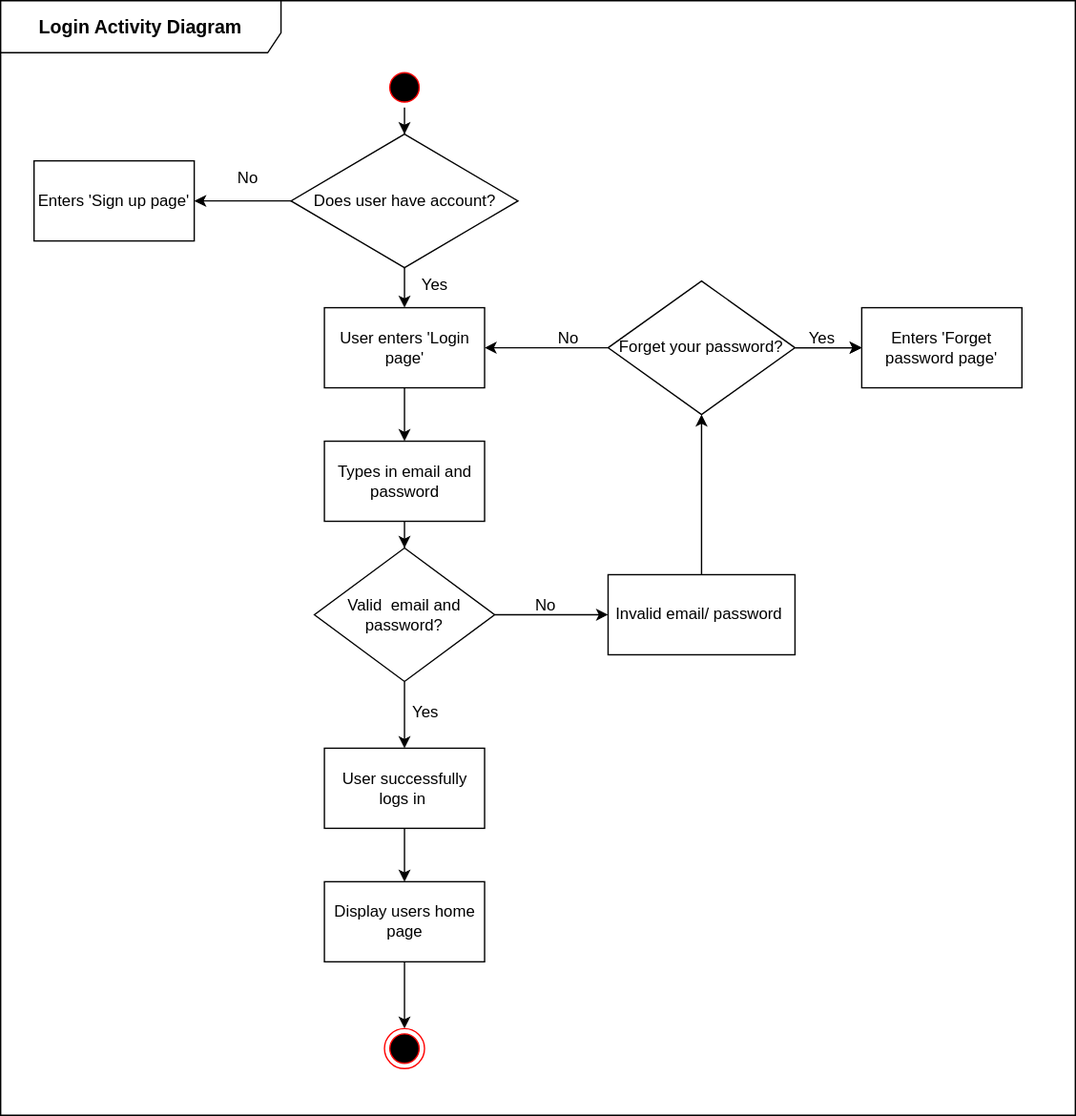
The draw.io diagram docs/assets/images/diagrams/Login_activity.drawio.svg in LeoLin930104/PBL3, before a commit. Source tidied: cells renumbered, new cells last; positions are measured from the earlier drawing's top-left corner, leaving out a move shared by most shapes.
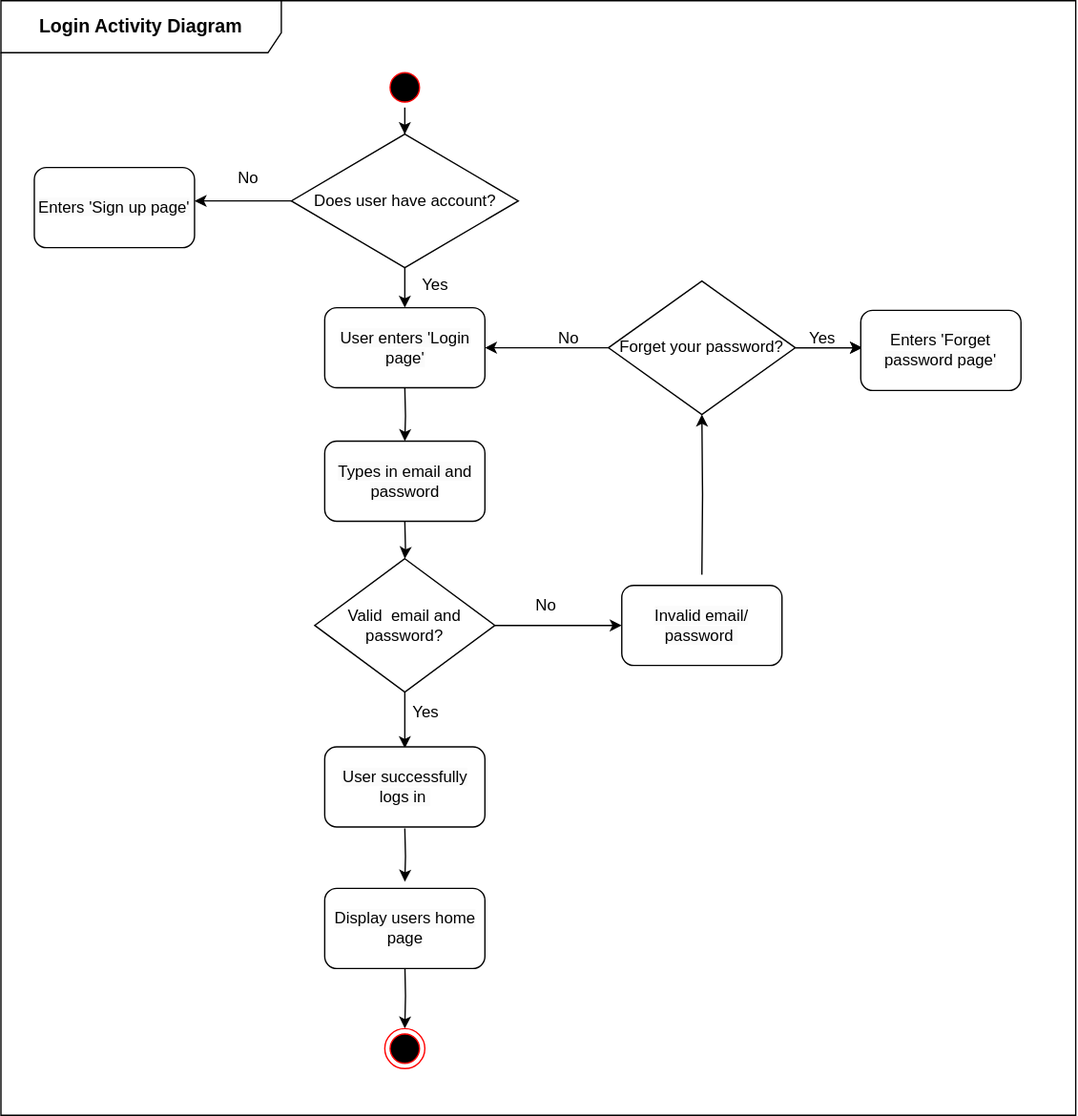
After the commit.

Change to the diagram source:
```diff
@@ -2,62 +2,67 @@
   <root>
     <mxCell id="0" />
     <mxCell id="1" parent="0" />
-    <mxCell id="2" style="edgeStyle=orthogonalEdgeStyle;rounded=0;jettySize=auto;html=1;entryX=0.5;entryY=0;entryDx=0;entryDy=0;" parent="1" edge="1" source="3" target="17">
-      <mxGeometry relative="1" as="geometry" />
+    <mxCell id="2" style="edgeStyle=orthogonalEdgeStyle;rounded=0;orthogonalLoop=1;jettySize=auto;html=1;entryX=0.5;entryY=0;entryDx=0;entryDy=0;" parent="1" edge="1">
+      <mxGeometry relative="1" as="geometry">
+        <mxPoint x="302.5" y="290" as="sourcePoint" />
+        <mxPoint x="302.5" y="330" as="targetPoint" />
+      </mxGeometry>
     </mxCell>
-    <mxCell id="3" value="User enters 'Login page'" style="rounded=0;whiteSpace=wrap;html=1;" parent="1" vertex="1">
-      <mxGeometry x="242.5" y="230" width="120" height="60" as="geometry" />
-    </mxCell>
-    <mxCell id="4" style="edgeStyle=orthogonalEdgeStyle;rounded=0;jettySize=auto;html=1;" parent="1" edge="1" source="6" target="8">
+    <mxCell id="4" style="edgeStyle=orthogonalEdgeStyle;rounded=0;jettySize=auto;html=1;entryX=0;entryY=0.5;entryDx=0;entryDy=0;" parent="1" edge="1" source="6" target="8">
       <mxGeometry relative="1" as="geometry" />
     </mxCell>
-    <mxCell id="5" style="edgeStyle=orthogonalEdgeStyle;rounded=0;jettySize=auto;html=1;" parent="1" edge="1" source="6" target="11">
-      <mxGeometry relative="1" as="geometry" />
+    <mxCell id="5" style="edgeStyle=orthogonalEdgeStyle;rounded=0;jettySize=auto;html=1;" parent="1" edge="1" source="6">
+      <mxGeometry relative="1" as="geometry">
+        <mxPoint x="302.5" y="560" as="targetPoint" />
+      </mxGeometry>
     </mxCell>
     <mxCell id="6" value="&lt;div style=&quot;&quot;&gt;&lt;span style=&quot;background-color: initial;&quot;&gt;Valid&amp;nbsp; email and password?&lt;/span&gt;&lt;/div&gt;" style="rhombus;whiteSpace=wrap;html=1;rounded=0;align=center;" parent="1" vertex="1">
-      <mxGeometry x="235" y="410" width="135" height="100" as="geometry" />
+      <mxGeometry x="235" y="418" width="135" height="100" as="geometry" />
     </mxCell>
-    <mxCell id="7" style="edgeStyle=orthogonalEdgeStyle;rounded=0;jettySize=auto;html=1;" parent="1" edge="1" source="8" target="21">
-      <mxGeometry relative="1" as="geometry" />
+    <mxCell id="7" style="edgeStyle=orthogonalEdgeStyle;rounded=0;jettySize=auto;html=1;" parent="1" edge="1" target="21">
+      <mxGeometry relative="1" as="geometry">
+        <mxPoint x="525" y="430" as="sourcePoint" />
+      </mxGeometry>
     </mxCell>
-    <mxCell id="8" value="Invalid email/ password&amp;nbsp;" style="whiteSpace=wrap;html=1;rounded=0;" parent="1" vertex="1">
-      <mxGeometry x="455" y="430" width="140" height="60" as="geometry" />
-    </mxCell>
     <mxCell id="9" value="No" style="text;html=1;align=center;verticalAlign=middle;strokeColor=none;fillColor=none;" parent="1" vertex="1">
       <mxGeometry x="387.5" y="438" width="40" height="30" as="geometry" />
     </mxCell>
-    <mxCell id="10" style="edgeStyle=orthogonalEdgeStyle;rounded=0;jettySize=auto;html=1;" parent="1" edge="1" source="11" target="13">
-      <mxGeometry relative="1" as="geometry" />
+    <mxCell id="10" style="edgeStyle=orthogonalEdgeStyle;rounded=0;orthogonalLoop=1;jettySize=auto;html=1;" parent="1" edge="1">
+      <mxGeometry relative="1" as="geometry">
+        <mxPoint x="302.5" y="620" as="sourcePoint" />
+        <mxPoint x="302.5" y="660" as="targetPoint" />
+      </mxGeometry>
     </mxCell>
-    <mxCell id="11" value="User successfully logs in&amp;nbsp;" style="whiteSpace=wrap;html=1;rounded=0;" parent="1" vertex="1">
-      <mxGeometry x="242.5" y="560" width="120" height="60" as="geometry" />
-    </mxCell>
-    <mxCell id="12" style="edgeStyle=orthogonalEdgeStyle;rounded=0;jettySize=auto;html=1;" parent="1" edge="1" source="13" target="15">
-      <mxGeometry relative="1" as="geometry" />
+    <mxCell id="12" style="edgeStyle=orthogonalEdgeStyle;rounded=0;jettySize=auto;html=1;" parent="1" edge="1" target="15">
+      <mxGeometry relative="1" as="geometry">
+        <mxPoint x="302.5" y="720" as="sourcePoint" />
+      </mxGeometry>
     </mxCell>
-    <mxCell id="13" value="Display users home page" style="whiteSpace=wrap;html=1;rounded=0;" parent="1" vertex="1">
-      <mxGeometry x="242.5" y="660" width="120" height="60" as="geometry" />
-    </mxCell>
     <mxCell id="14" value="Yes" style="text;html=1;align=center;verticalAlign=middle;strokeColor=none;fillColor=none;" parent="1" vertex="1">
       <mxGeometry x="297.5" y="518" width="40" height="30" as="geometry" />
     </mxCell>
     <mxCell id="15" style="ellipse;html=1;shape=endState;fillColor=#000000;strokeColor=#ff0000;" parent="1" vertex="1">
       <mxGeometry x="287.5" y="770" width="30" height="30" as="geometry" />
     </mxCell>
-    <mxCell id="16" style="edgeStyle=orthogonalEdgeStyle;rounded=0;jettySize=auto;html=1;" parent="1" edge="1" source="17" target="6">
-      <mxGeometry relative="1" as="geometry" />
+    <mxCell id="16" style="edgeStyle=orthogonalEdgeStyle;rounded=0;jettySize=auto;html=1;" parent="1" edge="1" target="6">
+      <mxGeometry relative="1" as="geometry">
+        <mxPoint x="302.5" y="390" as="sourcePoint" />
+      </mxGeometry>
     </mxCell>
-    <mxCell id="17" value="Types in email and password" style="rounded=0;whiteSpace=wrap;html=1;" parent="1" vertex="1">
-      <mxGeometry x="242.5" y="330" width="120" height="60" as="geometry" />
-    </mxCell>
-    <mxCell id="18" style="edgeStyle=orthogonalEdgeStyle;rounded=0;jettySize=auto;html=1;entryX=1;entryY=0.5;entryDx=0;entryDy=0;" parent="1" edge="1" source="21" target="3">
-      <mxGeometry relative="1" as="geometry" />
+    <mxCell id="18" style="edgeStyle=orthogonalEdgeStyle;rounded=0;jettySize=auto;html=1;entryX=1;entryY=0.5;entryDx=0;entryDy=0;" parent="1" edge="1" source="21">
+      <mxGeometry relative="1" as="geometry">
+        <mxPoint x="362.5" y="260" as="targetPoint" />
+      </mxGeometry>
     </mxCell>
-    <mxCell id="19" style="edgeStyle=orthogonalEdgeStyle;rounded=0;jettySize=auto;html=1;" parent="1" edge="1" source="21" target="23">
-      <mxGeometry relative="1" as="geometry" />
+    <mxCell id="19" style="edgeStyle=orthogonalEdgeStyle;rounded=0;jettySize=auto;html=1;" parent="1" edge="1" source="21">
+      <mxGeometry relative="1" as="geometry">
+        <mxPoint x="645" y="260" as="targetPoint" />
+      </mxGeometry>
     </mxCell>
-    <mxCell id="20" style="edgeStyle=orthogonalEdgeStyle;rounded=0;jettySize=auto;html=1;" parent="1" edge="1" source="21" target="23">
-      <mxGeometry relative="1" as="geometry" />
+    <mxCell id="20" style="edgeStyle=orthogonalEdgeStyle;rounded=0;jettySize=auto;html=1;" parent="1" edge="1" source="21">
+      <mxGeometry relative="1" as="geometry">
+        <mxPoint x="645" y="260" as="targetPoint" />
+      </mxGeometry>
     </mxCell>
     <mxCell id="21" value="Forget your password?" style="rhombus;whiteSpace=wrap;html=1;" parent="1" vertex="1">
       <mxGeometry x="455" y="210" width="140" height="100" as="geometry" />
@@ -65,9 +70,6 @@
     <mxCell id="22" value="No" style="text;html=1;align=center;verticalAlign=middle;strokeColor=none;fillColor=none;" parent="1" vertex="1">
       <mxGeometry x="405" y="238" width="40" height="30" as="geometry" />
     </mxCell>
-    <mxCell id="23" value="Enters 'Forget password page'" style="whiteSpace=wrap;html=1;" parent="1" vertex="1">
-      <mxGeometry x="645" y="230" width="120" height="60" as="geometry" />
-    </mxCell>
     <mxCell id="24" value="Yes" style="text;html=1;align=center;verticalAlign=middle;strokeColor=none;fillColor=none;" parent="1" vertex="1">
       <mxGeometry x="595" y="238" width="40" height="30" as="geometry" />
     </mxCell>
@@ -77,18 +79,19 @@
     <mxCell id="26" style="ellipse;html=1;shape=startState;fillColor=#000000;strokeColor=#ff0000;" parent="1" vertex="1">
       <mxGeometry x="287.5" y="50" width="30" height="30" as="geometry" />
     </mxCell>
-    <mxCell id="27" style="edgeStyle=orthogonalEdgeStyle;rounded=0;jettySize=auto;html=1;" parent="1" edge="1" source="29" target="30">
-      <mxGeometry relative="1" as="geometry" />
+    <mxCell id="27" style="edgeStyle=orthogonalEdgeStyle;rounded=0;jettySize=auto;html=1;" parent="1" edge="1" source="29">
+      <mxGeometry relative="1" as="geometry">
+        <mxPoint x="145" y="150" as="targetPoint" />
+      </mxGeometry>
     </mxCell>
-    <mxCell id="28" style="edgeStyle=orthogonalEdgeStyle;rounded=0;jettySize=auto;html=1;" parent="1" edge="1" source="29" target="3">
-      <mxGeometry relative="1" as="geometry" />
+    <mxCell id="28" style="edgeStyle=orthogonalEdgeStyle;rounded=0;jettySize=auto;html=1;" parent="1" edge="1" source="29">
+      <mxGeometry relative="1" as="geometry">
+        <mxPoint x="302.5" y="230" as="targetPoint" />
+      </mxGeometry>
     </mxCell>
     <mxCell id="29" value="Does user have account?" style="rhombus;whiteSpace=wrap;html=1;" parent="1" vertex="1">
       <mxGeometry x="217.5" y="100" width="170" height="100" as="geometry" />
     </mxCell>
-    <mxCell id="30" value="Enters 'Sign up page'" style="rounded=0;whiteSpace=wrap;html=1;" parent="1" vertex="1">
-      <mxGeometry x="25" y="120" width="120" height="60" as="geometry" />
-    </mxCell>
     <mxCell id="31" value="No" style="text;html=1;align=center;verticalAlign=middle;strokeColor=none;fillColor=none;" parent="1" vertex="1">
       <mxGeometry x="165" y="118" width="40" height="30" as="geometry" />
     </mxCell>
@@ -98,5 +101,26 @@
     <mxCell id="33" value="&lt;b&gt;&lt;font style=&quot;font-size: 14px;&quot;&gt;Login Activity Diagram&lt;/font&gt;&lt;/b&gt;" style="shape=umlFrame;whiteSpace=wrap;html=1;width=210;height=39;" parent="1" vertex="1">
       <mxGeometry width="805" height="835" as="geometry" />
     </mxCell>
+    <mxCell id="30" value="&lt;meta charset=&quot;utf-8&quot;&gt;&lt;span style=&quot;color: rgb(0, 0, 0); font-family: Helvetica; font-size: 12px; font-style: normal; font-variant-ligatures: normal; font-variant-caps: normal; font-weight: 400; letter-spacing: normal; orphans: 2; text-align: center; text-indent: 0px; text-transform: none; widows: 2; word-spacing: 0px; -webkit-text-stroke-width: 0px; white-space: normal; background-color: rgb(251, 251, 251); text-decoration-thickness: initial; text-decoration-style: initial; text-decoration-color: initial; display: inline !important; float: none;&quot;&gt;Enters 'Sign up page'&lt;/span&gt;" style="rounded=1;whiteSpace=wrap;html=1;" parent="1" vertex="1">
+      <mxGeometry x="25" y="125" width="120" height="60" as="geometry" />
+    </mxCell>
+    <mxCell id="3" value="&lt;meta charset=&quot;utf-8&quot;&gt;&lt;span style=&quot;color: rgb(0, 0, 0); font-family: Helvetica; font-size: 12px; font-style: normal; font-variant-ligatures: normal; font-variant-caps: normal; font-weight: 400; letter-spacing: normal; orphans: 2; text-align: center; text-indent: 0px; text-transform: none; widows: 2; word-spacing: 0px; -webkit-text-stroke-width: 0px; white-space: normal; background-color: rgb(251, 251, 251); text-decoration-thickness: initial; text-decoration-style: initial; text-decoration-color: initial; display: inline !important; float: none;&quot;&gt;User enters 'Login page'&lt;/span&gt;" style="rounded=1;whiteSpace=wrap;html=1;" parent="1" vertex="1">
+      <mxGeometry x="242.5" y="230" width="120" height="60" as="geometry" />
+    </mxCell>
+    <mxCell id="17" value="&lt;meta charset=&quot;utf-8&quot;&gt;&lt;span style=&quot;color: rgb(0, 0, 0); font-family: Helvetica; font-size: 12px; font-style: normal; font-variant-ligatures: normal; font-variant-caps: normal; font-weight: 400; letter-spacing: normal; orphans: 2; text-align: center; text-indent: 0px; text-transform: none; widows: 2; word-spacing: 0px; -webkit-text-stroke-width: 0px; white-space: normal; background-color: rgb(251, 251, 251); text-decoration-thickness: initial; text-decoration-style: initial; text-decoration-color: initial; display: inline !important; float: none;&quot;&gt;Types in email and password&lt;/span&gt;" style="rounded=1;whiteSpace=wrap;html=1;" parent="1" vertex="1">
+      <mxGeometry x="242.5" y="330" width="120" height="60" as="geometry" />
+    </mxCell>
+    <mxCell id="23" value="&lt;meta charset=&quot;utf-8&quot;&gt;&lt;span style=&quot;color: rgb(0, 0, 0); font-family: Helvetica; font-size: 12px; font-style: normal; font-variant-ligatures: normal; font-variant-caps: normal; font-weight: 400; letter-spacing: normal; orphans: 2; text-align: center; text-indent: 0px; text-transform: none; widows: 2; word-spacing: 0px; -webkit-text-stroke-width: 0px; white-space: normal; background-color: rgb(251, 251, 251); text-decoration-thickness: initial; text-decoration-style: initial; text-decoration-color: initial; display: inline !important; float: none;&quot;&gt;Enters 'Forget password page'&lt;/span&gt;" style="rounded=1;whiteSpace=wrap;html=1;" parent="1" vertex="1">
+      <mxGeometry x="644" y="232" width="120" height="60" as="geometry" />
+    </mxCell>
+    <mxCell id="8" value="&lt;meta charset=&quot;utf-8&quot;&gt;&lt;span style=&quot;color: rgb(0, 0, 0); font-family: Helvetica; font-size: 12px; font-style: normal; font-variant-ligatures: normal; font-variant-caps: normal; font-weight: 400; letter-spacing: normal; orphans: 2; text-align: center; text-indent: 0px; text-transform: none; widows: 2; word-spacing: 0px; -webkit-text-stroke-width: 0px; white-space: normal; background-color: rgb(251, 251, 251); text-decoration-thickness: initial; text-decoration-style: initial; text-decoration-color: initial; display: inline !important; float: none;&quot;&gt;Invalid email/ password&amp;nbsp;&lt;/span&gt;" style="rounded=1;whiteSpace=wrap;html=1;" parent="1" vertex="1">
+      <mxGeometry x="465" y="438" width="120" height="60" as="geometry" />
+    </mxCell>
+    <mxCell id="11" value="&lt;meta charset=&quot;utf-8&quot;&gt;&lt;span style=&quot;color: rgb(0, 0, 0); font-family: Helvetica; font-size: 12px; font-style: normal; font-variant-ligatures: normal; font-variant-caps: normal; font-weight: 400; letter-spacing: normal; orphans: 2; text-align: center; text-indent: 0px; text-transform: none; widows: 2; word-spacing: 0px; -webkit-text-stroke-width: 0px; white-space: normal; background-color: rgb(251, 251, 251); text-decoration-thickness: initial; text-decoration-style: initial; text-decoration-color: initial; display: inline !important; float: none;&quot;&gt;User successfully logs in&amp;nbsp;&lt;/span&gt;" style="rounded=1;whiteSpace=wrap;html=1;" parent="1" vertex="1">
+      <mxGeometry x="242.5" y="559" width="120" height="60" as="geometry" />
+    </mxCell>
+    <mxCell id="13" value="&lt;meta charset=&quot;utf-8&quot;&gt;&lt;span style=&quot;color: rgb(0, 0, 0); font-family: Helvetica; font-size: 12px; font-style: normal; font-variant-ligatures: normal; font-variant-caps: normal; font-weight: 400; letter-spacing: normal; orphans: 2; text-align: center; text-indent: 0px; text-transform: none; widows: 2; word-spacing: 0px; -webkit-text-stroke-width: 0px; white-space: normal; background-color: rgb(251, 251, 251); text-decoration-thickness: initial; text-decoration-style: initial; text-decoration-color: initial; display: inline !important; float: none;&quot;&gt;Display users home page&lt;/span&gt;" style="rounded=1;whiteSpace=wrap;html=1;" parent="1" vertex="1">
+      <mxGeometry x="242.5" y="665" width="120" height="60" as="geometry" />
+    </mxCell>
   </root>
 </mxGraphModel>
```
